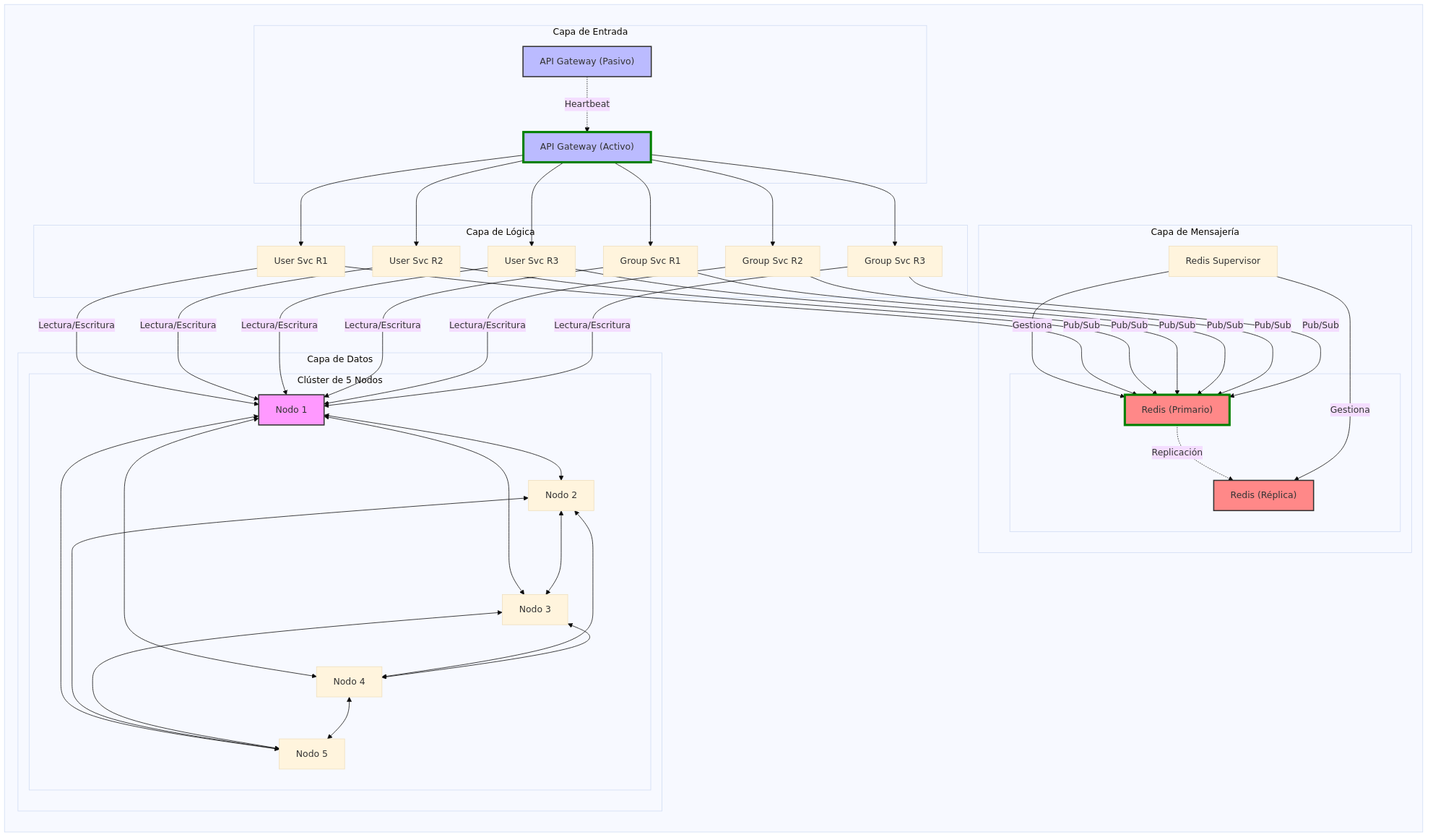
This is Documents/Informe/imagenes/replicacion.png from gaboCiber/Agenda_Distribuida, a Mermaid export, as it was before one commit. Its source is kept beside it as Documents/Informe/imagenes/replicacion.mmd.
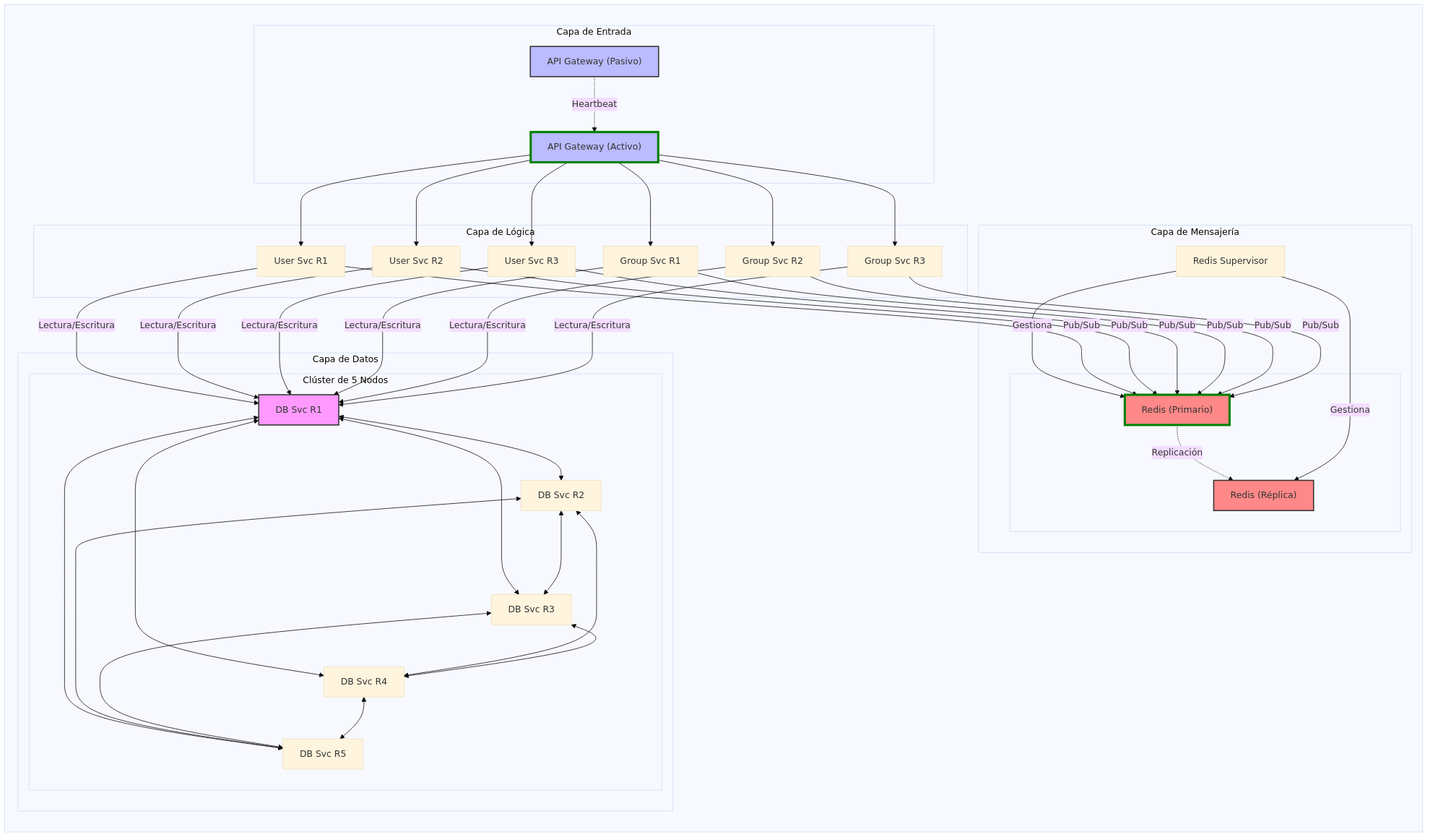
The same file after the commit.

What changed in the source:
```diff
@@ -32,11 +32,11 @@
 
         subgraph "Capa de Datos"
             subgraph "Clúster de 5 Nodos"
-                DB1["Nodo 1"]
-                DB2["Nodo 2"]
-                DB3["Nodo 3"]
-                DB4["Nodo 4"]
-                DB5["Nodo 5"]
+                DB1["DB Svc R1"]
+                DB2["DB Svc R2"]
+                DB3["DB Svc R3"]
+                DB4["DB Svc R4"]
+                DB5["DB Svc R5"]
             end
             DB1 <--> DB2 & DB3 & DB4 & DB5
             DB2 <--> DB3 & DB4 & DB5
```
